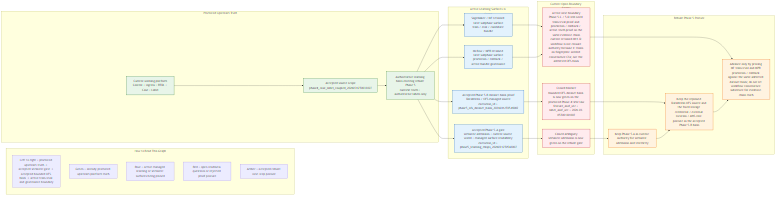
EsosaOrumwese/fraud-detection-system keeps this Mermaid diagram as docs/design/platform/dev_full/graph/readiness/dev_full_learning_mlops_readiness_delta_current_v0.mermaid.png. Above is the earlier version. Its source is kept beside it as docs/design/platform/dev_full/graph/readiness/dev_full_learning_mlops_readiness_delta_current_v0.mermaid.mmd.
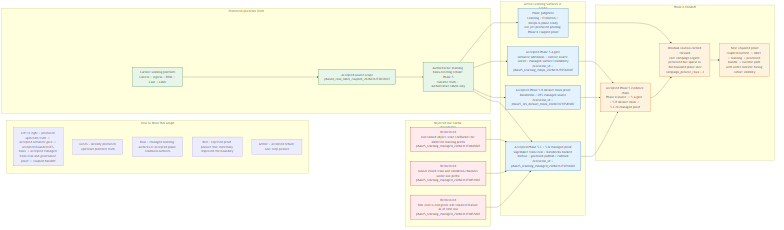
The same file after the commit.

Diff of the diagram source:
```diff
@@ -6,10 +6,10 @@
 flowchart LR
 
   subgraph LEGEND["How to Read This Graph"]
-    L1["Left to right = promoted upstream truth -> accepted semantic gate -> accepted bounded OFS basis -> active train/eval and governance boundary"]
+    L1["Left to right = promoted upstream truth -> accepted semantic gate -> accepted bounded OFS basis -> accepted managed train/eval and governance proof -> coupled handoff"]
     L2["Green = already promoted upstream platform truth"]
-    L3["Blue = active managed learning or semantic surfaces being pinned"]
-    L4["Red = open readiness questions or rejected proof posture"]
+    L3["Blue = managed learning surfaces or accepted plane-readiness surfaces"]
+    L4["Red = rejected proof posture that materially improved the boundary"]
     L5["Amber = accepted rebuilt next-step posture"]
   end
 
@@ -22,20 +22,20 @@
   subgraph SURFACES["Active Learning Surfaces In Scope"]
     S1["Accepted Phase 5.A gate<br>semantic admission + current source world + managed-surface readability<br>execution_id = phase5_learning_mlops_20260312T054200Z"]
     S2["Accepted Phase 5.B dataset-basis proof<br>Databricks / OFS managed source<br>execution_id = phase5_ofs_dataset_basis_20260312T054900Z"]
-    S3["SageMaker / MF retained later subphase surface<br>train / eval / candidate bundle"]
-    S4["MLflow / MPR retained later subphase surface<br>promotion / rollback / active bundle governance"]
+    S3["Accepted Phase 5.C / 5.D managed proof<br>SageMaker train/eval + Databricks-backed MLflow + governed publish / rollback<br>execution_id = phase5_learning_managed_20260312T071600Z"]
+    S4["Plane judgment<br>Learning + Evolution / MLOps is plane-ready<br>not yet promoted pending Phase 6 coupled proof"]
   end
 
-  subgraph BLOCKERS["Current Open Boundary Family"]
-    B1["Closed ambiguity<br>semantic admission is now green on the rebuilt gate"]
-    B2["Closed blocker<br>bounded OFS dataset basis is now green on the promoted Phase 4 time law<br>feature_asof_utc = label_asof_utc = 2026-03-05T00:00:00Z"]
-    B3["Active next boundary<br>Phase 5.C / 5.D still need train/eval proof and promotion / rollback / active-truth proof on the same evidence chain<br>current retained M11.D workflow is not closure authority because it trains on fingerprint-seeded convenience CSV, not the admitted OFS basis"]
+  subgraph REDS["Rejected but Useful Boundaries"]
+    B1["Retired red<br>role lacked object-store ListBucket for admitted learning prefix<br>phase5_learning_managed_20260312T064500Z"]
+    B2["Retired red<br>runner mixed train and validation channels under one prefix<br>phase5_learning_managed_20260312T065100Z"]
+    B3["Retired red<br>first end-to-end green still violated feature as-of time law<br>phase5_learning_managed_20260312T065500Z"]
   end
 
-  subgraph POSTURE["Rebuilt Phase 5 Posture"]
-    P1["Keep Phase 5.A as current authority for semantic admission and telemetry"]
-    P2["Keep the repinned Databricks OFS source and the fixed storage credential / external location / AWS role posture as the accepted Phase 5.B basis"]
-    P3["Advance only by proving MF train/eval and MPR promotion / rollback against the same admitted dataset basis; do not let workflow convenience substitute for evidence-chain truth"]
+  subgraph HANDOFF["Phase 6 Handoff"]
+    P1["Accepted Phase 5 evidence chain<br>Phase 4 source -> 5.A gate -> 5.B dataset basis -> 5.C/D managed proof"]
+    P2["Residual caution carried forward<br>rare campaign regime preserved but sparse in this bounded plane slice<br>campaign_present_rows = 2"]
+    P3["Next required proof<br>coupled runtime -> label -> learning -> promoted bundle -> runtime path with wider runtime-facing cohort visibility"]
   end
 
   U1 --> U2
@@ -44,13 +44,13 @@
   U3 --> S2
   U3 --> S3
   U3 --> S4
-  S1 --> B1
-  S2 --> B2
-  S3 --> B3
-  S4 --> B3
-  B1 --> P1
-  B2 --> P2
-  B3 --> P3
+  B1 --> S3
+  B2 --> S3
+  B3 --> S3
+  S1 --> P1
+  S2 --> P1
+  S3 --> P1
+  S4 --> P2
   P1 --> P2
   P2 --> P3
 
```
